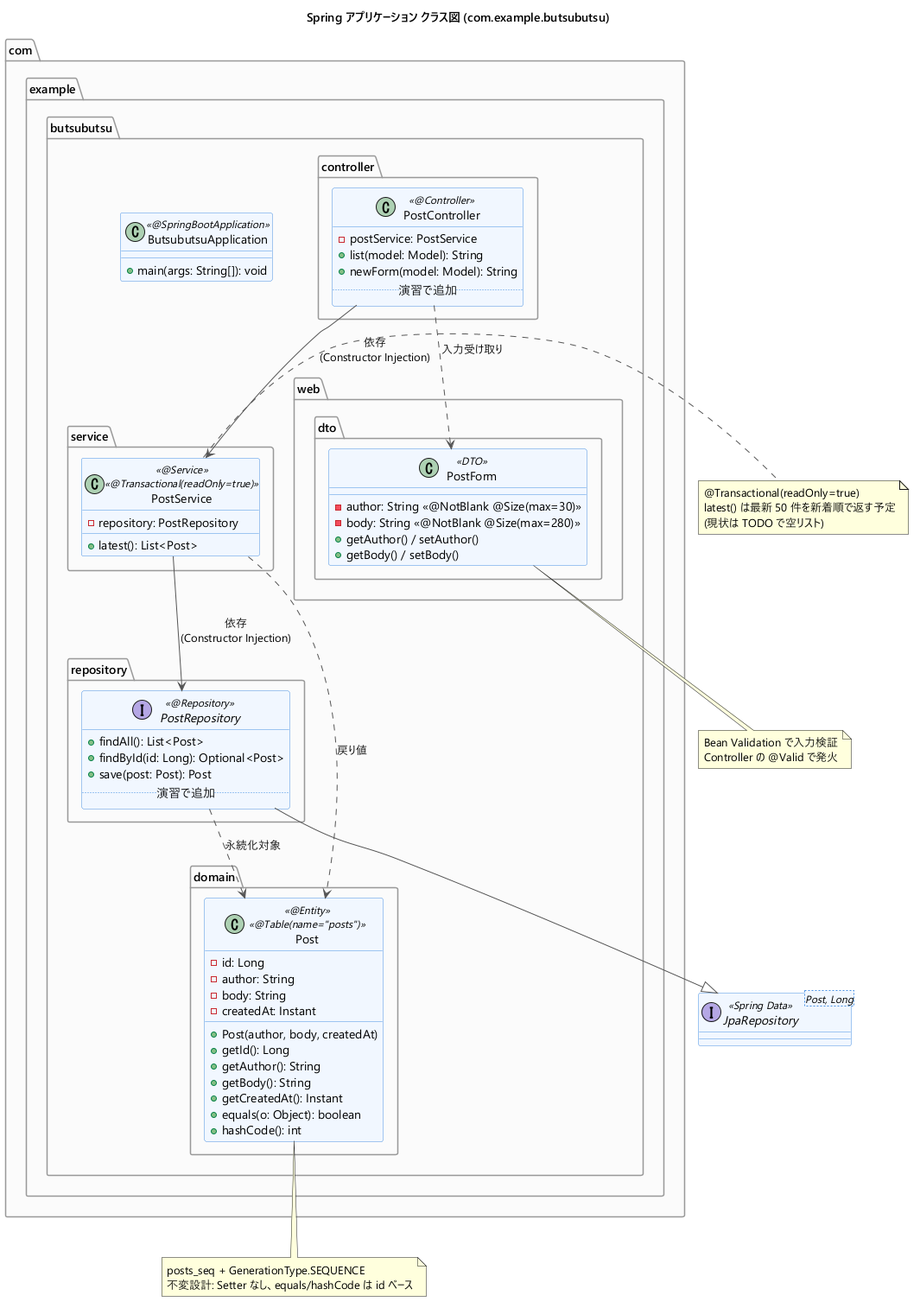
Before: docs/diagrams/spring-class.png, a diagram exported from PlantUML (meiji26hhhh/tsubuyaki-board).
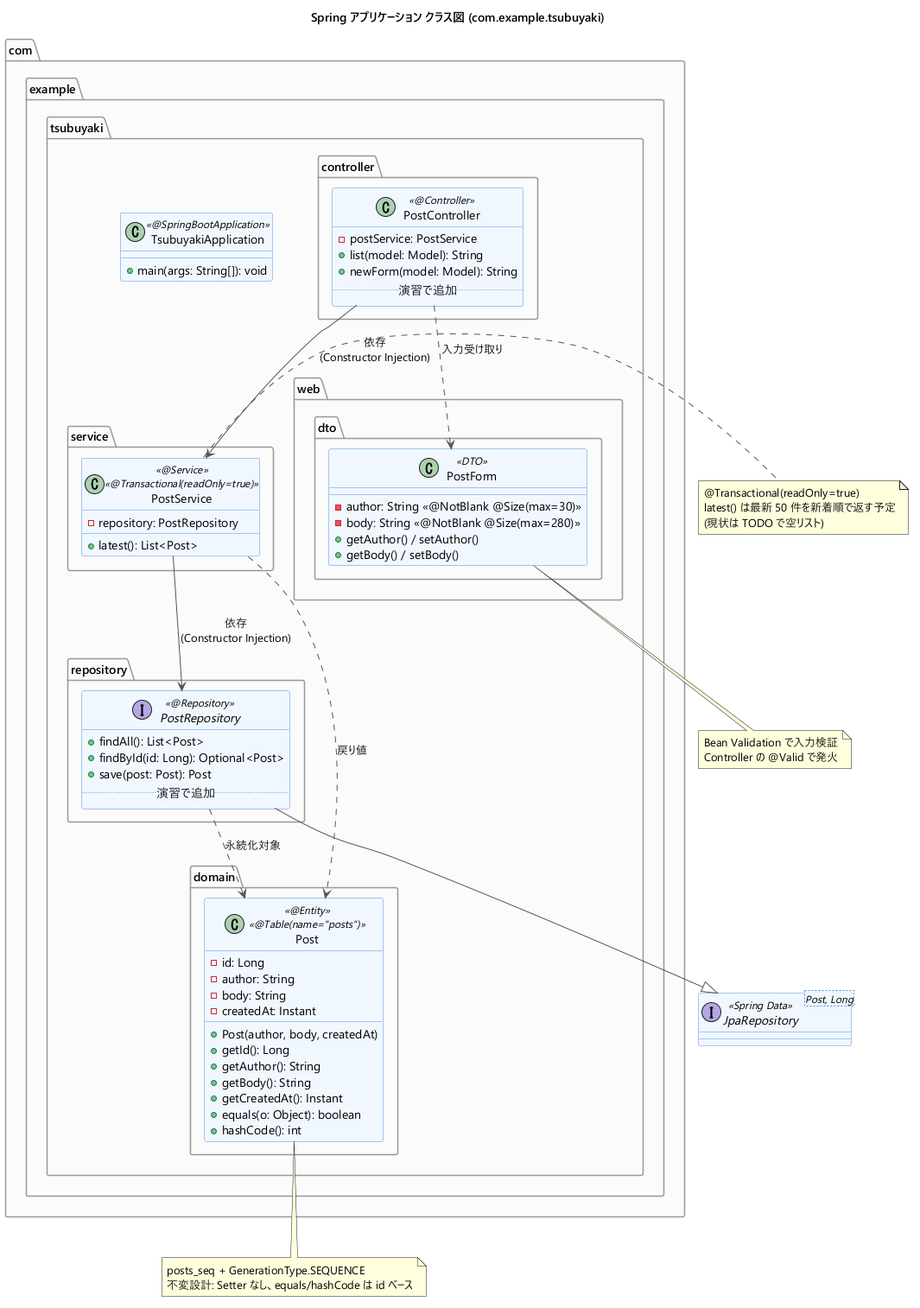
After the change.

Change to the diagram source:
```diff
@@ -1,5 +1,5 @@
 @startuml spring-class
-title Spring アプリケーション クラス図 (com.example.butsubutsu)
+title Spring アプリケーション クラス図 (com.example.tsubuyaki)
 
 skinparam shadowing false
 skinparam defaultFontName "Yu Gothic UI"
@@ -13,9 +13,9 @@
   BorderColor #999999
 }
 
-package "com.example.butsubutsu" {
+package "com.example.tsubuyaki" {
 
-  class ButsubutsuApplication <<@SpringBootApplication>> {
+  class TsubuyakiApplication <<@SpringBootApplication>> {
     +main(args: String[]): void
   }
 
```
